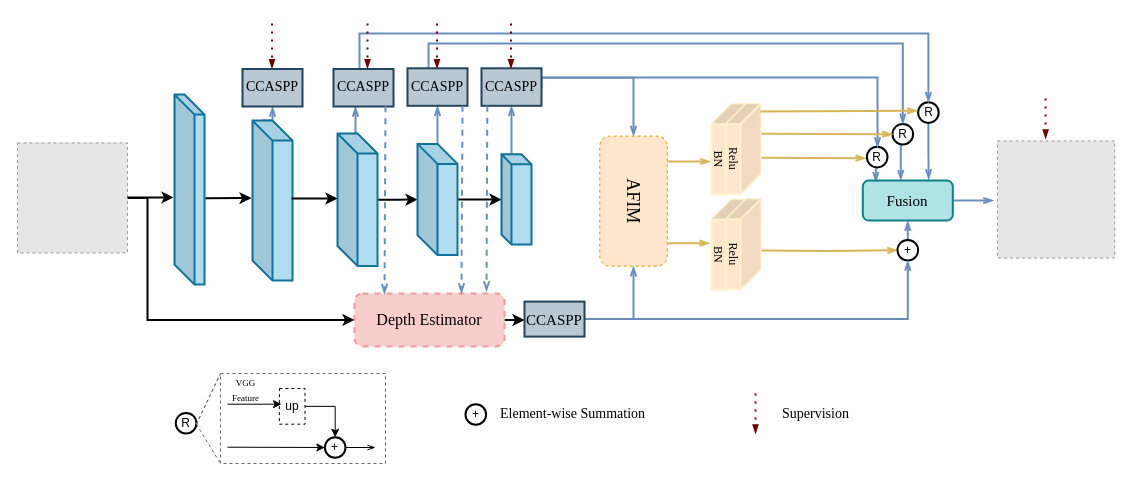
Earlier version of the draw.io diagram newRandD.drawio (Hymhh/hymhh). Source tidied: cells renumbered, new cells numbered last; positions are measured from the earlier drawing's top-left corner, leaving out a move shared by most shapes. Both pictures are drawn from the tidied source at 100%, with x=0, y=0 at pixel (17, 23). Pictures stored in the file or linked from it are replaced by grey dashed boxes.
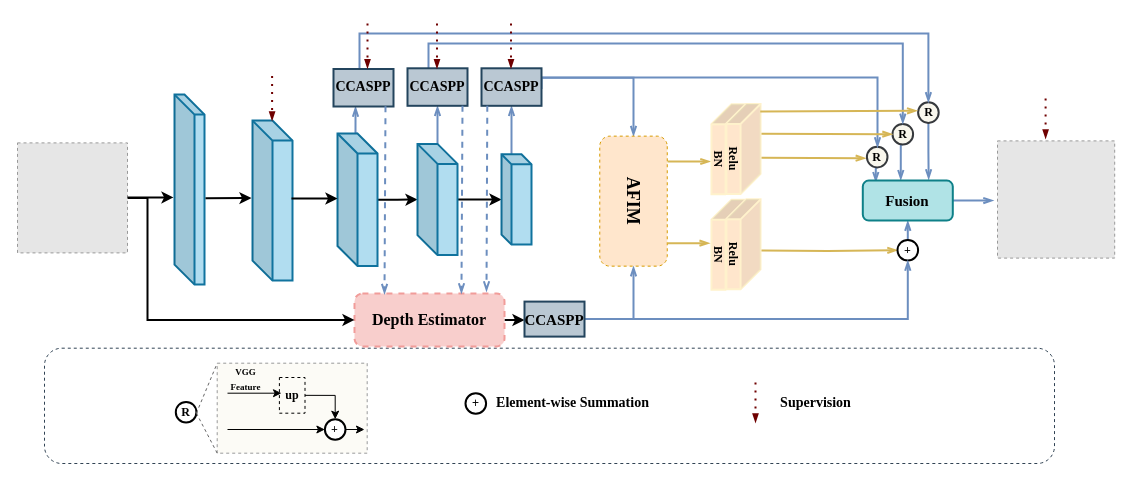
The same page after the edit.

The change refers to these unchanged cells:
```xml
<mxCell id="31" style="shape=cube;whiteSpace=wrap;html=1;boundedLbl=1;backgroundOutline=1;darkOpacity=0.05;darkOpacity2=0.1;direction=east;fillColor=#b1ddf0;strokeColor=#10739e;strokeWidth=2;" parent="1" vertex="1">
  <mxGeometry x="235" y="97.1" width="40" height="160" as="geometry" />
</mxCell>
```

The edit, as a diff of the source:
```diff
@@
+    <mxCell id="77" style="rounded=1;whiteSpace=wrap;html=1;fillColor=none;dashed=1;strokeColor=#314354;fontColor=#ffffff;" parent="1" vertex="1">
+      <mxGeometry x="27" y="324.7" width="1010" height="115.3" as="geometry" />
+    </mxCell>
+    <mxCell id="67" style="rounded=0;whiteSpace=wrap;html=1;dashed=1;strokeColor=#36393d;fillColor=#f9f7ed;opacity=50;" parent="1" vertex="1">
+      <mxGeometry x="199.7" y="339.7" width="150" height="90" as="geometry" />
+    </mxCell>
@@
-    <mxCell id="11" value="&lt;font face=&quot;Times New Roman&quot;&gt;BN&lt;/font&gt;" style="shape=cube;whiteSpace=wrap;html=1;boundedLbl=1;backgroundOutline=1;darkOpacity=0.05;darkOpacity2=0.1;direction=east;fillColor=#FFE6CC;strokeWidth=2;strokeColor=#FFF2CC;rotation=90;" parent="1" vertex="1">
+    <mxCell id="11" value="&lt;font face=&quot;Times New Roman&quot;&gt;&lt;b&gt;BN&lt;/b&gt;&lt;/font&gt;" style="shape=cube;whiteSpace=wrap;html=1;boundedLbl=1;backgroundOutline=1;darkOpacity=0.05;darkOpacity2=0.1;direction=east;fillColor=#FFE6CC;strokeWidth=2;strokeColor=#FFF2CC;rotation=90;" parent="1" vertex="1">
       <mxGeometry x="666" y="204.2" width="90" height="34.1" as="geometry" />
     </mxCell>
@@
-    <mxCell id="14" value="R" style="ellipse;whiteSpace=wrap;html=1;strokeWidth=2;" parent="1" vertex="1">
+    <mxCell id="14" value="&lt;b&gt;&lt;font face=&quot;Times New Roman&quot;&gt;R&lt;/font&gt;&lt;/b&gt;" style="ellipse;whiteSpace=wrap;html=1;strokeWidth=2;fillColor=#f9f7ed;strokeColor=#36393d;" parent="1" vertex="1">
       <mxGeometry x="875" y="100.4" width="20.6" height="20.6" as="geometry" />
     </mxCell>
@@
-    <mxCell id="16" value="R" style="ellipse;whiteSpace=wrap;html=1;strokeWidth=2;" parent="1" vertex="1">
+    <mxCell id="16" value="&lt;b&gt;&lt;font face=&quot;Times New Roman&quot;&gt;R&lt;/font&gt;&lt;/b&gt;" style="ellipse;whiteSpace=wrap;html=1;strokeWidth=2;fillColor=#f9f7ed;strokeColor=#36393d;" parent="1" vertex="1">
       <mxGeometry x="849.4" y="123.3" width="20.6" height="20.6" as="geometry" />
     </mxCell>
@@
-    <mxCell id="18" value="+" style="ellipse;whiteSpace=wrap;html=1;strokeWidth=2;" parent="1" vertex="1">
+    <mxCell id="18" value="&lt;b&gt;&lt;font face=&quot;Times New Roman&quot;&gt;+&lt;/font&gt;&lt;/b&gt;" style="ellipse;whiteSpace=wrap;html=1;strokeWidth=2;" parent="1" vertex="1">
       <mxGeometry x="880" y="216.4" width="20.6" height="20.6" as="geometry" />
     </mxCell>
@@
-    <mxCell id="21" value="&lt;font style=&quot;font-size: 16px&quot; face=&quot;Times New Roman&quot;&gt;Depth Estimator&lt;/font&gt;" style="rounded=1;whiteSpace=wrap;html=1;fillColor=#f8cecc;strokeColor=#F19C99;strokeWidth=2;dashed=1;" parent="1" vertex="1">
+    <mxCell id="21" value="&lt;font style=&quot;font-size: 16px&quot; face=&quot;Times New Roman&quot;&gt;&lt;b&gt;Depth Estimator&lt;/b&gt;&lt;/font&gt;" style="rounded=1;whiteSpace=wrap;html=1;fillColor=#f8cecc;strokeColor=#F19C99;strokeWidth=2;dashed=1;" parent="1" vertex="1">
       <mxGeometry x="337" y="270" width="150" height="52.9" as="geometry" />
     </mxCell>
@@
-    <mxCell id="24" value="&lt;font style=&quot;font-size: 15px&quot; face=&quot;Times New Roman&quot;&gt;CCASPP&lt;/font&gt;" style="rounded=0;whiteSpace=wrap;html=1;fillColor=#bac8d3;strokeColor=#23445d;strokeWidth=2;" parent="1" vertex="1">
+    <mxCell id="24" value="&lt;font style=&quot;font-size: 15px&quot; face=&quot;Times New Roman&quot;&gt;&lt;b&gt;CCASPP&lt;/b&gt;&lt;/font&gt;" style="rounded=0;whiteSpace=wrap;html=1;fillColor=#bac8d3;strokeColor=#23445d;strokeWidth=2;" parent="1" vertex="1">
       <mxGeometry x="507" y="278.1" width="60" height="35" as="geometry" />
     </mxCell>
@@
-    <mxCell id="26" value="R" style="ellipse;whiteSpace=wrap;html=1;strokeWidth=2;" parent="1" vertex="1">
+    <mxCell id="26" value="&lt;font face=&quot;Times New Roman&quot;&gt;&lt;b&gt;R&lt;/b&gt;&lt;/font&gt;" style="ellipse;whiteSpace=wrap;html=1;strokeWidth=2;fillColor=#f9f7ed;strokeColor=#36393d;" parent="1" vertex="1">
       <mxGeometry x="900.6" y="78.8" width="20.6" height="20.6" as="geometry" />
     </mxCell>
@@
-    <mxCell id="28" value="&lt;font style=&quot;font-size: 15px&quot; face=&quot;Times New Roman&quot;&gt;Fusion&lt;/font&gt;" style="rounded=1;whiteSpace=wrap;html=1;fillColor=#b0e3e6;strokeColor=#0e8088;strokeWidth=2;" parent="1" vertex="1">
+    <mxCell id="28" value="&lt;font style=&quot;font-size: 15px&quot; face=&quot;Times New Roman&quot;&gt;&lt;b&gt;Fusion&lt;/b&gt;&lt;/font&gt;" style="rounded=1;whiteSpace=wrap;html=1;fillColor=#b0e3e6;strokeColor=#0e8088;strokeWidth=2;" parent="1" vertex="1">
       <mxGeometry x="845.3" y="157.1" width="90" height="40" as="geometry" />
     </mxCell>
@@
-    <mxCell id="30" style="edgeStyle=orthogonalEdgeStyle;rounded=0;jettySize=auto;html=1;exitX=0;exitY=0;exitDx=10;exitDy=0;exitPerimeter=0;entryX=0.5;entryY=1;entryDx=0;entryDy=0;strokeColor=#6C8EBF;strokeWidth=2;endArrow=openThin;endFill=0;" parent="1" edge="1" source="31" target="49">
-      <mxGeometry relative="1" as="geometry" />
-    </mxCell>
@@
-    <mxCell id="36" value="&lt;font face=&quot;Times New Roman&quot; style=&quot;font-size: 14px&quot;&gt;CCASPP&lt;/font&gt;" style="rounded=0;whiteSpace=wrap;html=1;fillColor=#bac8d3;strokeColor=#23445d;strokeWidth=2;" parent="1" vertex="1">
+    <mxCell id="36" value="&lt;font face=&quot;Times New Roman&quot; style=&quot;font-size: 14px&quot;&gt;&lt;b&gt;CCASPP&lt;/b&gt;&lt;/font&gt;" style="rounded=0;whiteSpace=wrap;html=1;fillColor=#bac8d3;strokeColor=#23445d;strokeWidth=2;" parent="1" vertex="1">
       <mxGeometry x="316" y="45.5" width="60" height="37.5" as="geometry" />
     </mxCell>
@@
-    <mxCell id="39" value="&lt;font face=&quot;Times New Roman&quot; style=&quot;font-size: 14px&quot;&gt;CCASPP&lt;/font&gt;" style="rounded=0;whiteSpace=wrap;html=1;fillColor=#bac8d3;strokeColor=#23445d;strokeWidth=2;" parent="1" vertex="1">
+    <mxCell id="39" value="&lt;font face=&quot;Times New Roman&quot; style=&quot;font-size: 14px&quot;&gt;&lt;b&gt;CCASPP&lt;/b&gt;&lt;/font&gt;" style="rounded=0;whiteSpace=wrap;html=1;fillColor=#bac8d3;strokeColor=#23445d;strokeWidth=2;" parent="1" vertex="1">
       <mxGeometry x="390" y="44.8" width="60" height="37.5" as="geometry" />
     </mxCell>
@@
-    <mxCell id="42" value="&lt;font face=&quot;Times New Roman&quot; style=&quot;font-size: 14px&quot;&gt;CCASPP&lt;/font&gt;" style="rounded=0;whiteSpace=wrap;html=1;fillColor=#bac8d3;strokeColor=#23445d;strokeWidth=2;" parent="1" vertex="1">
+    <mxCell id="42" value="&lt;font face=&quot;Times New Roman&quot; style=&quot;font-size: 14px&quot;&gt;&lt;b&gt;CCASPP&lt;/b&gt;&lt;/font&gt;" style="rounded=0;whiteSpace=wrap;html=1;fillColor=#bac8d3;strokeColor=#23445d;strokeWidth=2;" parent="1" vertex="1">
       <mxGeometry x="464" y="44.8" width="60" height="37.5" as="geometry" />
     </mxCell>
-    <mxCell id="43" value="&lt;font face=&quot;Times New Roman&quot; style=&quot;font-size: 14px&quot;&gt;Supervision&lt;/font&gt;" style="text;html=1;align=center;verticalAlign=middle;fillColor=none;strokeColor=none;rounded=0;strokeWidth=2;" parent="1" vertex="1">
-      <mxGeometry x="758" y="381.3" width="80" height="20" as="geometry" />
+    <mxCell id="43" value="&lt;font face=&quot;Times New Roman&quot; style=&quot;font-size: 14px&quot;&gt;&lt;b&gt;Supervision&lt;/b&gt;&lt;/font&gt;" style="text;html=1;align=center;verticalAlign=middle;fillColor=none;strokeColor=none;rounded=0;strokeWidth=2;" parent="1" vertex="1">
+      <mxGeometry x="753" y="370.3" width="90" height="20" as="geometry" />
     </mxCell>
     <mxCell id="44" value="+" style="ellipse;whiteSpace=wrap;html=1;strokeWidth=2;" parent="1" vertex="1">
-      <mxGeometry x="448" y="380.7" width="20.6" height="20.6" as="geometry" />
+      <mxGeometry x="448" y="369.7" width="20.6" height="20.6" as="geometry" />
     </mxCell>
-    <mxCell id="45" value="&lt;font face=&quot;Times New Roman&quot; style=&quot;font-size: 14px&quot;&gt;Element-wise Summation&lt;/font&gt;" style="text;html=1;align=center;verticalAlign=middle;fillColor=none;strokeColor=none;rounded=0;strokeWidth=2;" parent="1" vertex="1">
-      <mxGeometry x="475" y="381.3" width="160" height="20" as="geometry" />
+    <mxCell id="45" value="&lt;font face=&quot;Times New Roman&quot; style=&quot;font-size: 14px&quot;&gt;&lt;b&gt;Element-wise Summation&lt;/b&gt;&lt;/font&gt;" style="text;html=1;align=center;verticalAlign=middle;fillColor=none;strokeColor=none;rounded=0;strokeWidth=2;" parent="1" vertex="1">
+      <mxGeometry x="470" y="370.3" width="170" height="20" as="geometry" />
     </mxCell>
     <mxCell id="46" style="edgeStyle=orthogonalEdgeStyle;fontSize=12;html=1;endArrow=blockThin;endFill=1;rounded=0;strokeWidth=2;endSize=4;startSize=4;dashed=1;dashPattern=1 3;strokeColor=#6F0000;fillColor=#a20025;" parent="1" edge="1">
       <mxGeometry relative="1" as="geometry">
-        <mxPoint x="738" y="370" as="sourcePoint" />
-        <mxPoint x="738" y="410" as="targetPoint" />
+        <mxPoint x="738" y="359" as="sourcePoint" />
+        <mxPoint x="738" y="399" as="targetPoint" />
       </mxGeometry>
     </mxCell>
@@
-    <mxCell id="49" value="&lt;font face=&quot;Times New Roman&quot; style=&quot;font-size: 14px&quot;&gt;CCASPP&lt;/font&gt;" style="rounded=0;whiteSpace=wrap;html=1;fillColor=#bac8d3;strokeColor=#23445d;strokeWidth=2;" parent="1" vertex="1">
-      <mxGeometry x="225" y="45.5" width="60" height="37.5" as="geometry" />
-    </mxCell>
@@
-    <mxCell id="55" value="&lt;font style=&quot;font-size: 18px&quot; face=&quot;Times New Roman&quot;&gt;AFIM&lt;/font&gt;" style="rounded=1;whiteSpace=wrap;html=1;fillColor=#ffe6cc;strokeColor=#d79b00;dashed=1;rotation=90;" parent="1" vertex="1">
+    <mxCell id="55" value="&lt;font style=&quot;font-size: 18px&quot; face=&quot;Times New Roman&quot;&gt;&lt;b&gt;AFIM&lt;/b&gt;&lt;/font&gt;" style="rounded=1;whiteSpace=wrap;html=1;fillColor=#ffe6cc;strokeColor=#d79b00;dashed=1;rotation=90;" parent="1" vertex="1">
       <mxGeometry x="551" y="143.9" width="130" height="67.5" as="geometry" />
     </mxCell>
@@
     <mxCell id="59" style="edgeStyle=orthogonalEdgeStyle;fontSize=12;html=1;endArrow=blockThin;endFill=1;rounded=0;strokeWidth=2;endSize=4;startSize=4;dashed=1;dashPattern=1 3;strokeColor=#6F0000;fillColor=#a20025;" parent="1" edge="1">
       <mxGeometry relative="1" as="geometry">
-        <mxPoint x="254.5" as="sourcePoint" />
-        <mxPoint x="254.5" y="44.8" as="targetPoint" />
+        <mxPoint x="254.6" y="52.4" as="sourcePoint" />
+        <mxPoint x="254.6" y="97.1" as="targetPoint" />
       </mxGeometry>
     </mxCell>
-    <mxCell id="60" value="R" style="ellipse;whiteSpace=wrap;html=1;strokeWidth=2;" parent="1" vertex="1">
-      <mxGeometry x="158.3" y="389.4" width="20.6" height="20.6" as="geometry" />
+    <mxCell id="60" value="&lt;font face=&quot;Times New Roman&quot;&gt;&lt;b&gt;R&lt;/b&gt;&lt;/font&gt;" style="ellipse;whiteSpace=wrap;html=1;strokeWidth=2;" parent="1" vertex="1">
+      <mxGeometry x="158.3" y="378.4" width="20.6" height="20.6" as="geometry" />
     </mxCell>
-    <mxCell id="61" style="edgeStyle=orthogonalEdgeStyle;rounded=0;jettySize=auto;html=1;exitX=1;exitY=0.5;exitDx=0;exitDy=0;endArrow=openThin;endFill=0;strokeColor=#000000;strokeWidth=1;" parent="1" edge="1" source="62">
-      <mxGeometry relative="1" as="geometry">
-        <mxPoint x="358" y="423.8" as="targetPoint" />
-      </mxGeometry>
-    </mxCell>
+    <mxCell id="78" style="edgeStyle=orthogonalEdgeStyle;rounded=0;jettySize=auto;html=1;exitX=1;exitY=0.5;exitDx=0;exitDy=0;strokeColor=#000000;" parent="1" edge="1" source="62">
+      <mxGeometry relative="1" as="geometry">
+        <mxPoint x="347" y="406" as="targetPoint" />
+      </mxGeometry>
+    </mxCell>
-    <mxCell id="62" value="+" style="ellipse;whiteSpace=wrap;html=1;strokeWidth=2;" parent="1" vertex="1">
-      <mxGeometry x="307.4" y="413.7" width="20.6" height="20.6" as="geometry" />
+    <mxCell id="62" value="&lt;b&gt;&lt;font face=&quot;Times New Roman&quot;&gt;+&lt;/font&gt;&lt;/b&gt;" style="ellipse;whiteSpace=wrap;html=1;strokeWidth=2;" parent="1" vertex="1">
+      <mxGeometry x="307.4" y="395.7" width="20.6" height="20.6" as="geometry" />
     </mxCell>
     <mxCell id="63" style="endArrow=classic;html=1;strokeColor=#000000;strokeWidth=1;" parent="1" edge="1">
       <mxGeometry relative="1" as="geometry">
-        <mxPoint x="210" y="380.7" as="sourcePoint" />
-        <mxPoint x="264" y="380.7" as="targetPoint" />
+        <mxPoint x="210" y="369.7" as="sourcePoint" />
+        <mxPoint x="264" y="369.7" as="targetPoint" />
       </mxGeometry>
     </mxCell>
     <mxCell id="64" style="endArrow=classic;html=1;strokeColor=#000000;strokeWidth=1;entryX=0;entryY=0.5;entryDx=0;entryDy=0;" parent="1" edge="1" target="62">
       <mxGeometry relative="1" as="geometry">
-        <mxPoint x="210" y="423.7" as="sourcePoint" />
+        <mxPoint x="210" y="406" as="sourcePoint" />
       </mxGeometry>
     </mxCell>
@@
-    <mxCell id="66" value="up" style="rounded=0;whiteSpace=wrap;html=1;dashed=1;strokeColor=#000000;fillColor=none;" parent="1" vertex="1">
-      <mxGeometry x="261.9" y="365" width="25.6" height="35.7" as="geometry" />
+    <mxCell id="66" value="&lt;b&gt;&lt;font face=&quot;Times New Roman&quot;&gt;up&lt;/font&gt;&lt;/b&gt;" style="rounded=0;whiteSpace=wrap;html=1;dashed=1;strokeColor=#000000;fillColor=none;" parent="1" vertex="1">
+      <mxGeometry x="261.9" y="354" width="25.6" height="35.7" as="geometry" />
     </mxCell>
-    <mxCell id="67" style="rounded=0;whiteSpace=wrap;html=1;dashed=1;strokeColor=#666666;fillColor=none;" parent="1" vertex="1">
-      <mxGeometry x="203" y="350" width="165" height="90" as="geometry" />
-    </mxCell>
-    <mxCell id="68" style="endArrow=none;html=1;strokeColor=#9673a6;strokeWidth=1;entryX=0;entryY=0;entryDx=0;entryDy=0;fillColor=#e1d5e7;dashed=1;" parent="1" edge="1" target="67">
+    <mxCell id="68" style="endArrow=none;html=1;strokeColor=#666666;strokeWidth=1;entryX=0;entryY=0;entryDx=0;entryDy=0;fillColor=#e1d5e7;dashed=1;" parent="1" edge="1" target="67">
       <mxGeometry relative="1" as="geometry">
-        <mxPoint x="178.9" y="400.7" as="sourcePoint" />
+        <mxPoint x="178.9" y="389.7" as="sourcePoint" />
       </mxGeometry>
     </mxCell>
     <mxCell id="69" style="endArrow=none;html=1;dashed=1;strokeColor=#666666;strokeWidth=1;entryX=0;entryY=1;entryDx=0;entryDy=0;fillColor=#e1d5e7;" parent="1" edge="1" target="67">
       <mxGeometry relative="1" as="geometry">
-        <mxPoint x="178.9" y="400.7" as="sourcePoint" />
+        <mxPoint x="178.9" y="389.7" as="sourcePoint" />
       </mxGeometry>
     </mxCell>
-    <mxCell id="70" value="&lt;font style=&quot;font-size: 9px&quot; face=&quot;Times New Roman&quot;&gt;VGG&lt;br style=&quot;font-size: 9px&quot;&gt;Feature&lt;/font&gt;" style="text;html=1;align=center;verticalAlign=middle;fillColor=none;strokeColor=none;rounded=0;dashed=1;" parent="1" vertex="1">
-      <mxGeometry x="203" y="350.7" width="50" height="30" as="geometry" />
+    <mxCell id="70" value="&lt;font style=&quot;font-size: 9px&quot; face=&quot;Times New Roman&quot;&gt;&lt;b&gt;VGG&lt;br style=&quot;font-size: 9px&quot;&gt;Feature&lt;/b&gt;&lt;/font&gt;" style="text;html=1;align=center;verticalAlign=middle;fillColor=none;strokeColor=none;rounded=0;dashed=1;" parent="1" vertex="1">
+      <mxGeometry x="198" y="339.7" width="60" height="30" as="geometry" />
     </mxCell>
-    <mxCell id="71" value="&lt;font face=&quot;Times New Roman&quot;&gt;Relu&lt;/font&gt;" style="shape=cube;whiteSpace=wrap;html=1;boundedLbl=1;backgroundOutline=1;darkOpacity=0.05;darkOpacity2=0.1;direction=east;fillColor=#FFE6CC;strokeWidth=2;strokeColor=#FFF2CC;rotation=90;" parent="1" vertex="1">
+    <mxCell id="71" value="&lt;font face=&quot;Times New Roman&quot;&gt;&lt;b&gt;Relu&lt;/b&gt;&lt;/font&gt;" style="shape=cube;whiteSpace=wrap;html=1;boundedLbl=1;backgroundOutline=1;darkOpacity=0.05;darkOpacity2=0.1;direction=east;fillColor=#FFE6CC;strokeWidth=2;strokeColor=#FFF2CC;rotation=90;" parent="1" vertex="1">
       <mxGeometry x="681" y="203.8" width="90" height="34.1" as="geometry" />
     </mxCell>
-    <mxCell id="72" value="&lt;font face=&quot;Times New Roman&quot;&gt;BN&lt;/font&gt;" style="shape=cube;whiteSpace=wrap;html=1;boundedLbl=1;backgroundOutline=1;darkOpacity=0.05;darkOpacity2=0.1;direction=east;fillColor=#FFE6CC;strokeWidth=2;strokeColor=#FFF2CC;rotation=90;" parent="1" vertex="1">
+    <mxCell id="72" value="&lt;font face=&quot;Times New Roman&quot;&gt;&lt;b&gt;BN&lt;/b&gt;&lt;/font&gt;" style="shape=cube;whiteSpace=wrap;html=1;boundedLbl=1;backgroundOutline=1;darkOpacity=0.05;darkOpacity2=0.1;direction=east;fillColor=#FFE6CC;strokeWidth=2;strokeColor=#FFF2CC;rotation=90;" parent="1" vertex="1">
       <mxGeometry x="666" y="108.7" width="90" height="34.1" as="geometry" />
     </mxCell>
-    <mxCell id="73" value="&lt;font face=&quot;Times New Roman&quot;&gt;Relu&lt;/font&gt;" style="shape=cube;whiteSpace=wrap;html=1;boundedLbl=1;backgroundOutline=1;darkOpacity=0.05;darkOpacity2=0.1;direction=east;fillColor=#FFE6CC;strokeWidth=2;strokeColor=#FFF2CC;rotation=90;" parent="1" vertex="1">
+    <mxCell id="73" value="&lt;font face=&quot;Times New Roman&quot;&gt;&lt;b&gt;Relu&lt;/b&gt;&lt;/font&gt;" style="shape=cube;whiteSpace=wrap;html=1;boundedLbl=1;backgroundOutline=1;darkOpacity=0.05;darkOpacity2=0.1;direction=east;fillColor=#FFE6CC;strokeWidth=2;strokeColor=#FFF2CC;rotation=90;" parent="1" vertex="1">
       <mxGeometry x="681" y="108.4" width="90" height="34.1" as="geometry" />
     </mxCell>
@@
-    <mxCell id="76" style="endArrow=none;html=1;strokeColor=#666666;strokeWidth=1;entryX=0;entryY=0;entryDx=0;entryDy=0;fillColor=#e1d5e7;dashed=1;" parent="1" edge="1">
-      <mxGeometry relative="1" as="geometry">
-        <mxPoint x="178.9" y="400.7" as="sourcePoint" />
-        <mxPoint x="203" y="350" as="targetPoint" />
-      </mxGeometry>
-    </mxCell>
```
